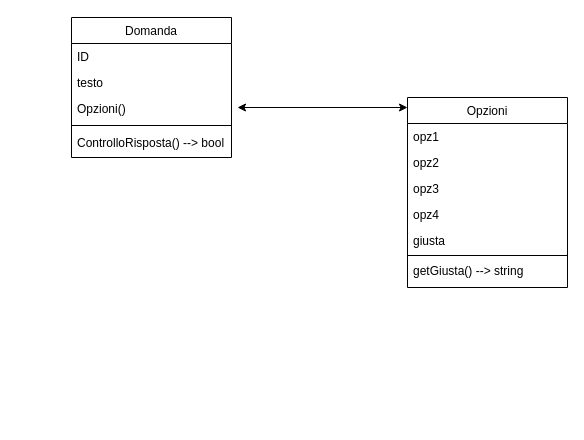
Before: Diagramma delle classi.drawio in FilloCaprari/Progetto-Info, a draw.io diagram. Source tidied: cells renumbered, new cells numbered last; positions are measured from the earlier drawing's top-left corner, leaving out a move shared by most shapes. Both pictures are drawn from the tidied source at 100%, with x=0, y=0 at pixel (71, 17).
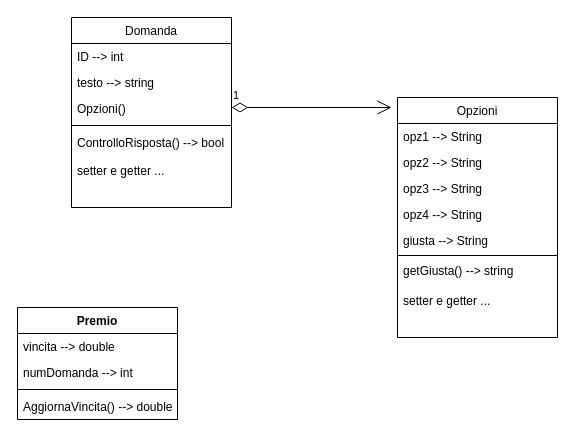
After the change.

Commit message:
UPD Diagramma delle classi

Diff of the diagram source:
```diff
@@
     <mxCell id="2" value="Domanda" style="swimlane;fontStyle=0;align=center;verticalAlign=top;horizontal=1;startSize=26;rounded=0;shadow=0;strokeWidth=1;" parent="1" vertex="1">
-      <mxGeometry width="160" height="140" as="geometry" />
+      <mxGeometry width="160" height="190" as="geometry" />
     </mxCell>
-    <mxCell id="3" value="ID" style="text;align=left;verticalAlign=top;spacingLeft=4;spacingRight=4;overflow=hidden;" parent="2" vertex="1">
+    <mxCell id="3" value="ID --&gt; int" style="text;align=left;verticalAlign=top;spacingLeft=4;spacingRight=4;overflow=hidden;" parent="2" vertex="1">
       <mxGeometry y="26" width="160" height="26" as="geometry" />
     </mxCell>
-    <mxCell id="4" value="testo" style="text;align=left;verticalAlign=top;spacingLeft=4;spacingRight=4;overflow=hidden;rounded=0;shadow=0;html=0;" parent="2" vertex="1">
+    <mxCell id="4" value="testo --&gt; string" style="text;align=left;verticalAlign=top;spacingLeft=4;spacingRight=4;overflow=hidden;rounded=0;shadow=0;html=0;" parent="2" vertex="1">
       <mxGeometry y="52" width="160" height="26" as="geometry" />
     </mxCell>
@@
     <mxCell id="7" value="ControlloRisposta() --&gt; bool" style="text;align=left;verticalAlign=top;spacingLeft=4;spacingRight=4;overflow=hidden;" parent="2" vertex="1">
-      <mxGeometry y="112" width="160" height="26" as="geometry" />
+      <mxGeometry y="112" width="160" height="28" as="geometry" />
     </mxCell>
-    <mxCell id="8" style="endArrow=classic;startArrow=classic;html=1;rounded=0;" parent="1" edge="1">
-      <mxGeometry relative="1" as="geometry">
-        <mxPoint x="336" y="90" as="sourcePoint" />
-        <mxPoint x="166" y="90" as="targetPoint" />
-      </mxGeometry>
-    </mxCell>
+    <mxCell id="17" value="setter e getter ..." style="text;align=left;verticalAlign=top;spacingLeft=4;spacingRight=4;overflow=hidden;" parent="2" vertex="1">
+      <mxGeometry y="140" width="160" height="30" as="geometry" />
+    </mxCell>
     <mxCell id="9" value="Opzioni" style="swimlane;fontStyle=0;align=center;verticalAlign=top;horizontal=1;startSize=26;rounded=0;shadow=0;strokeWidth=1;" parent="1" vertex="1">
-      <mxGeometry x="336" y="80" width="160" height="190" as="geometry" />
+      <mxGeometry x="326" y="80" width="160" height="240" as="geometry" />
     </mxCell>
-    <mxCell id="10" value="opz1" style="text;align=left;verticalAlign=top;spacingLeft=4;spacingRight=4;overflow=hidden;" parent="9" vertex="1">
+    <mxCell id="10" value="opz1 --&gt; String" style="text;align=left;verticalAlign=top;spacingLeft=4;spacingRight=4;overflow=hidden;" parent="9" vertex="1">
       <mxGeometry y="26" width="160" height="26" as="geometry" />
     </mxCell>
-    <mxCell id="11" value="opz2" style="text;align=left;verticalAlign=top;spacingLeft=4;spacingRight=4;overflow=hidden;rounded=0;shadow=0;html=0;" parent="9" vertex="1">
+    <mxCell id="11" value="opz2 --&gt; String" style="text;align=left;verticalAlign=top;spacingLeft=4;spacingRight=4;overflow=hidden;rounded=0;shadow=0;html=0;" parent="9" vertex="1">
       <mxGeometry y="52" width="160" height="26" as="geometry" />
     </mxCell>
-    <mxCell id="12" value="opz3" style="text;align=left;verticalAlign=top;spacingLeft=4;spacingRight=4;overflow=hidden;rounded=0;shadow=0;html=0;" parent="9" vertex="1">
+    <mxCell id="12" value="opz3 --&gt; String" style="text;align=left;verticalAlign=top;spacingLeft=4;spacingRight=4;overflow=hidden;rounded=0;shadow=0;html=0;" parent="9" vertex="1">
       <mxGeometry y="78" width="160" height="26" as="geometry" />
     </mxCell>
-    <mxCell id="13" value="opz4" style="text;align=left;verticalAlign=top;spacingLeft=4;spacingRight=4;overflow=hidden;rounded=0;shadow=0;html=0;" parent="9" vertex="1">
+    <mxCell id="13" value="opz4 --&gt; String" style="text;align=left;verticalAlign=top;spacingLeft=4;spacingRight=4;overflow=hidden;rounded=0;shadow=0;html=0;" parent="9" vertex="1">
       <mxGeometry y="104" width="160" height="26" as="geometry" />
     </mxCell>
-    <mxCell id="14" value="giusta" style="text;align=left;verticalAlign=top;spacingLeft=4;spacingRight=4;overflow=hidden;rounded=0;shadow=0;html=0;" parent="9" vertex="1">
+    <mxCell id="14" value="giusta --&gt; String" style="text;align=left;verticalAlign=top;spacingLeft=4;spacingRight=4;overflow=hidden;rounded=0;shadow=0;html=0;" parent="9" vertex="1">
       <mxGeometry y="130" width="160" height="26" as="geometry" />
     </mxCell>
@@
     <mxCell id="16" value="getGiusta() --&gt; string" style="text;align=left;verticalAlign=top;spacingLeft=4;spacingRight=4;overflow=hidden;" parent="9" vertex="1">
-      <mxGeometry y="160" width="160" height="26" as="geometry" />
+      <mxGeometry y="160" width="160" height="30" as="geometry" />
     </mxCell>
+    <mxCell id="18" value="setter e getter ..." style="text;align=left;verticalAlign=top;spacingLeft=4;spacingRight=4;overflow=hidden;" parent="9" vertex="1">
+      <mxGeometry y="190" width="160" height="26" as="geometry" />
+    </mxCell>
+    <mxCell id="19" value="1" style="endArrow=open;html=1;endSize=12;startArrow=diamondThin;startSize=14;startFill=0;edgeStyle=orthogonalEdgeStyle;align=left;verticalAlign=bottom;rounded=0;" parent="1" edge="1">
+      <mxGeometry x="-1" y="3" relative="1" as="geometry">
+        <mxPoint x="160" y="90" as="sourcePoint" />
+        <mxPoint x="320" y="90" as="targetPoint" />
+      </mxGeometry>
+    </mxCell>
+    <mxCell id="20" value="Premio" style="swimlane;fontStyle=1;align=center;verticalAlign=top;horizontal=1;startSize=26;whiteSpace=wrap;html=1;" parent="1" vertex="1">
+      <mxGeometry x="-54" y="290" width="160" height="112" as="geometry" />
+    </mxCell>
+    <mxCell id="21" value="vincita --&amp;gt; double&lt;br&gt;" style="text;strokeColor=none;fillColor=none;align=left;verticalAlign=top;spacingLeft=4;spacingRight=4;overflow=hidden;whiteSpace=wrap;html=1;" parent="20" vertex="1">
+      <mxGeometry y="26" width="160" height="26" as="geometry" />
+    </mxCell>
+    <mxCell id="22" value="numDomanda --&amp;gt; int" style="text;strokeColor=none;fillColor=none;align=left;verticalAlign=top;spacingLeft=4;spacingRight=4;overflow=hidden;whiteSpace=wrap;html=1;" parent="20" vertex="1">
+      <mxGeometry y="52" width="160" height="26" as="geometry" />
+    </mxCell>
+    <mxCell id="23" style="line;strokeWidth=1;fillColor=none;align=left;verticalAlign=middle;spacingTop=-1;spacingLeft=3;spacingRight=3;labelPosition=right;strokeColor=inherit;" parent="20" vertex="1">
+      <mxGeometry y="78" width="160" height="8" as="geometry" />
+    </mxCell>
+    <mxCell id="24" value="AggiornaVincita() --&amp;gt; double" style="text;strokeColor=none;fillColor=none;align=left;verticalAlign=top;spacingLeft=4;spacingRight=4;overflow=hidden;whiteSpace=wrap;html=1;" parent="20" vertex="1">
+      <mxGeometry y="86" width="160" height="26" as="geometry" />
+    </mxCell>
```
